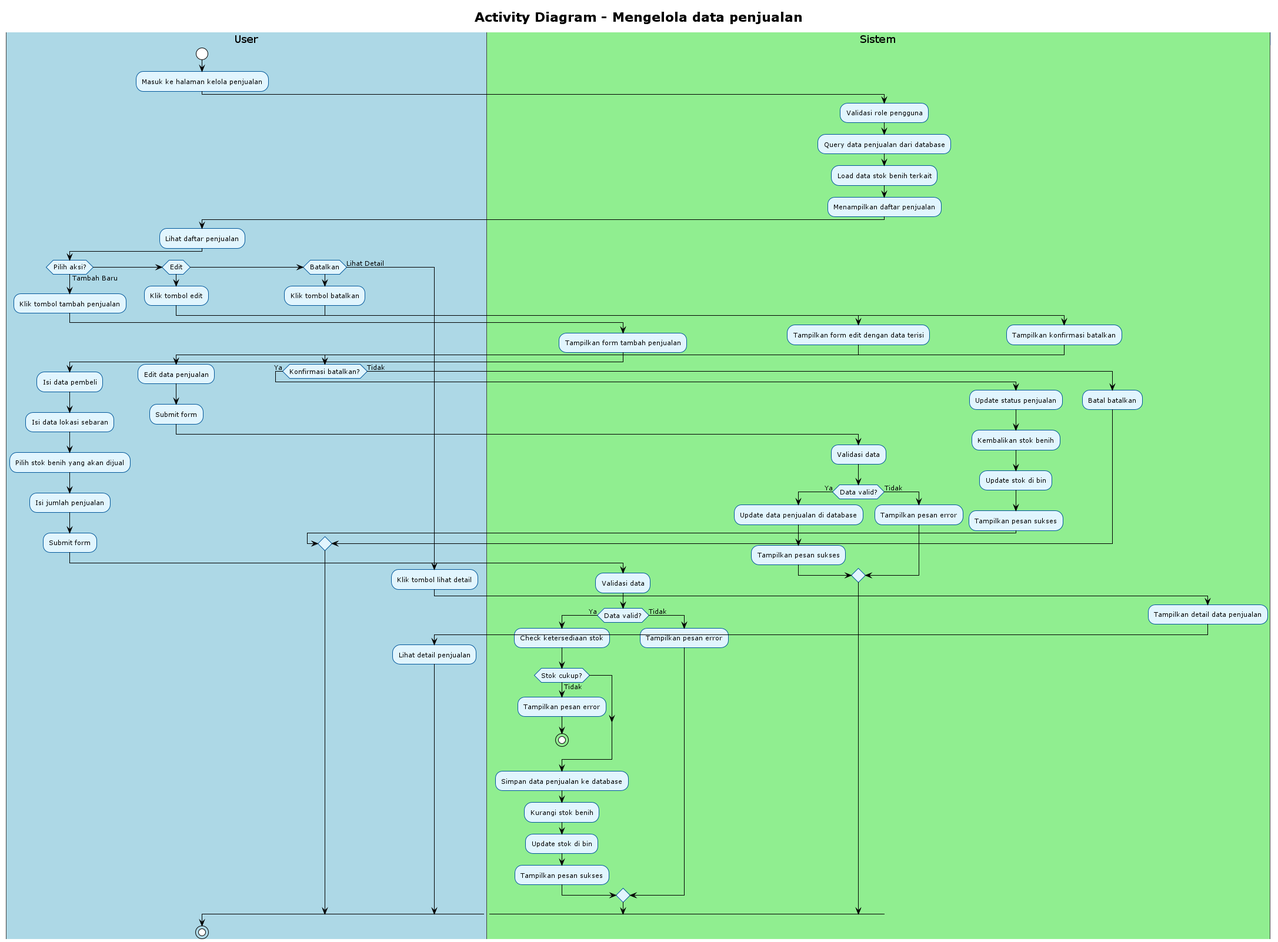
Earlier version of the PlantUML export out/uml/activity/Activity new/17_kelola_data_penjualan/17_kelola_data_penjualan.png (Rifkiwastaken/example-app).
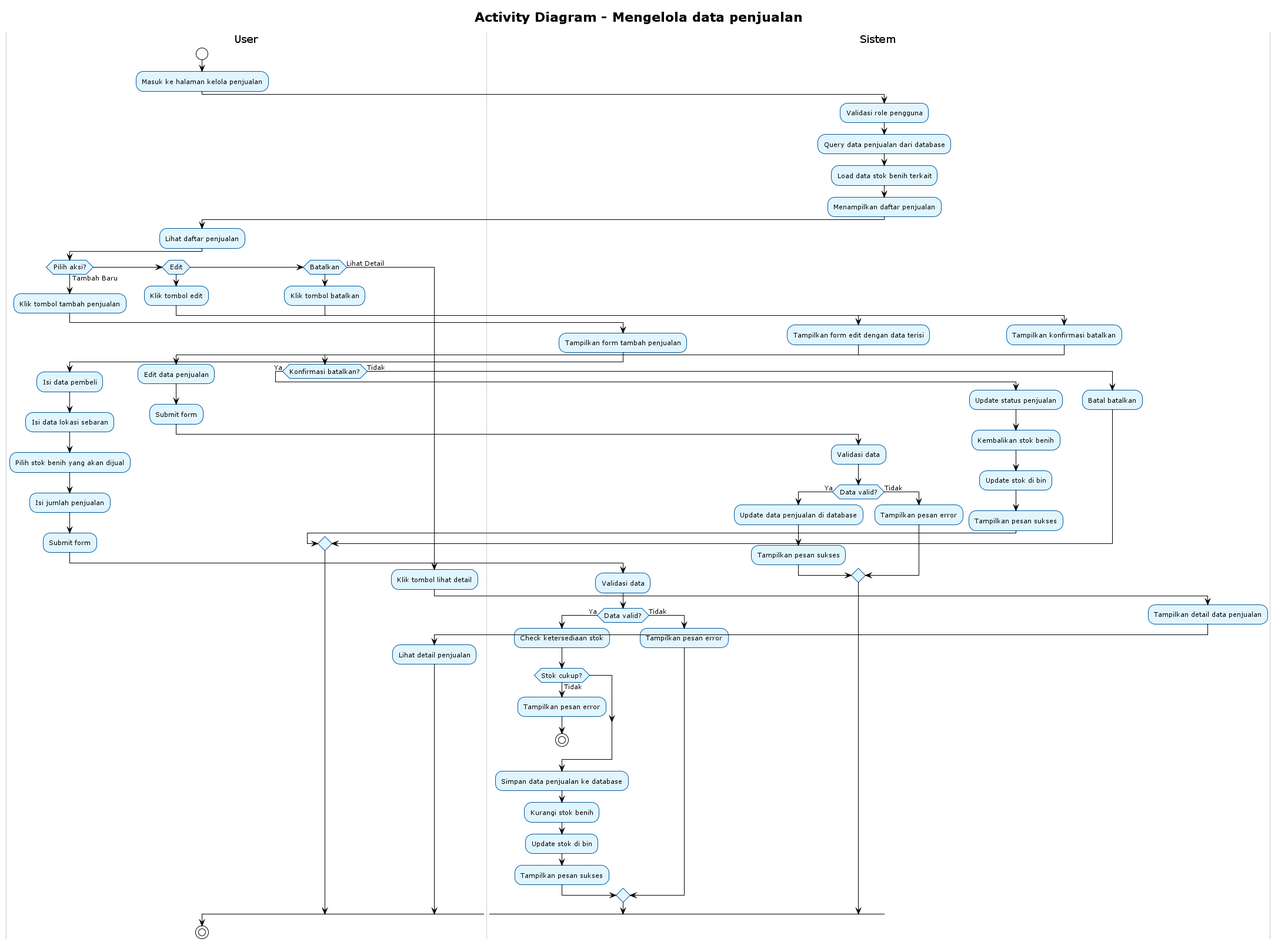
The same diagram one commit later.

Diff of the diagram source:
```diff
@@ -1,44 +1,45 @@
 @startuml
 !theme plain
+skinparam backgroundColor white
 skinparam activity {
     BackgroundColor #E1F5FE
     BorderColor #01579B
     FontSize 11
 }
 skinparam swimlane {
-    BackgroundColor #F5F5F5
-    BorderColor #424242
-    TitleBackgroundColor #BBDEFB
-    TitleBorderColor #1976D2
+    BackgroundColor White
+    BorderColor #CCCCCC
+    TitleBackgroundColor White
+    TitleBorderColor #999999
 }
 
 title Activity Diagram - Mengelola data penjualan
 
-|#LightBlue|User|
+|#White|User|
 start
 :Masuk ke halaman kelola penjualan;
 
-|#LightGreen|Sistem|
+|#White|Sistem|
 :Validasi role pengguna;
 :Query data penjualan dari database;
 :Load data stok benih terkait;
 :Menampilkan daftar penjualan;
 
-|#LightBlue|User|
+|#White|User|
 :Lihat daftar penjualan;
 
 if (Pilih aksi?) then (Tambah Baru)
-    |#LightBlue|User|
+    |#White|User|
     :Klik tombol tambah penjualan;
-    |#LightGreen|Sistem|
+    |#White|Sistem|
     :Tampilkan form tambah penjualan;
-    |#LightBlue|User|
+    |#White|User|
     :Isi data pembeli;
     :Isi data lokasi sebaran;
     :Pilih stok benih yang akan dijual;
     :Isi jumlah penjualan;
     :Submit form;
-    |#LightGreen|Sistem|
+    |#White|Sistem|
     :Validasi data;
     if (Data valid?) then (Ya)
         :Check ketersediaan stok;
@@ -54,14 +55,14 @@
         :Tampilkan pesan error;
     endif
 elseif (Edit) then
-    |#LightBlue|User|
+    |#White|User|
     :Klik tombol edit;
-    |#LightGreen|Sistem|
+    |#White|Sistem|
     :Tampilkan form edit dengan data terisi;
-    |#LightBlue|User|
+    |#White|User|
     :Edit data penjualan;
     :Submit form;
-    |#LightGreen|Sistem|
+    |#White|Sistem|
     :Validasi data;
     if (Data valid?) then (Ya)
         :Update data penjualan di database;
@@ -70,13 +71,13 @@
         :Tampilkan pesan error;
     endif
 elseif (Batalkan) then
-    |#LightBlue|User|
+    |#White|User|
     :Klik tombol batalkan;
-    |#LightGreen|Sistem|
+    |#White|Sistem|
     :Tampilkan konfirmasi batalkan;
-    |#LightBlue|User|
+    |#White|User|
     if (Konfirmasi batalkan?) then (Ya)
-        |#LightGreen|Sistem|
+        |#White|Sistem|
         :Update status penjualan;
         :Kembalikan stok benih;
         :Update stok di bin;
@@ -85,11 +86,11 @@
         :Batal batalkan;
     endif
 else (Lihat Detail)
-    |#LightBlue|User|
+    |#White|User|
     :Klik tombol lihat detail;
-    |#LightGreen|Sistem|
+    |#White|Sistem|
     :Tampilkan detail data penjualan;
-    |#LightBlue|User|
+    |#White|User|
     :Lihat detail penjualan;
 endif
 
```
